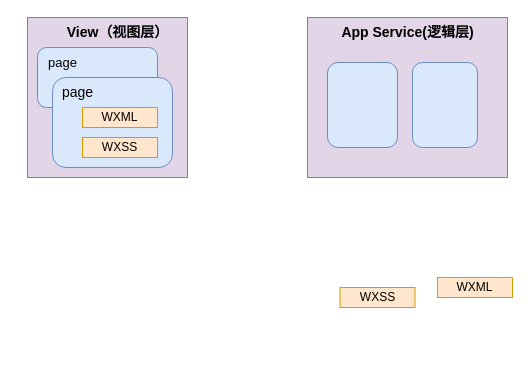
Above: MINA框架.drawio in ov0-0vo/1 (draw.io), before the change. Source tidied: cells renumbered, new cells numbered last; positions are measured from the earlier drawing's top-left corner, leaving out a move shared by most shapes. Both pictures are drawn from the tidied source at 100%, with x=0, y=0 at pixel (27, 17).
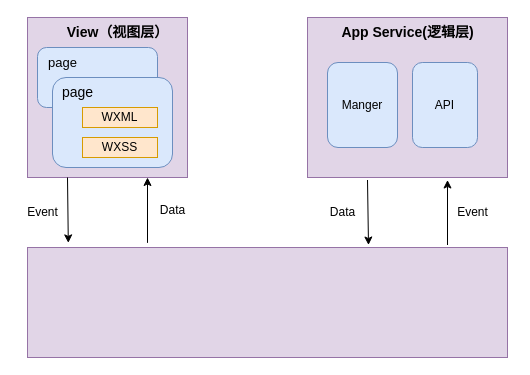
The same diagram, later.

Unchanged cells that the change refers to:
```xml
<mxCell id="2" style="whiteSpace=wrap;html=1;align=left;fillColor=#e1d5e7;strokeColor=#9673a6;" parent="1" vertex="1">
  <mxGeometry width="160" height="160" as="geometry" />
</mxCell>
```

Diff of the diagram source:
```diff
@@
-    <mxCell id="12" style="rounded=1;whiteSpace=wrap;html=1;fillColor=#dae8fc;strokeColor=#6c8ebf;" parent="1" vertex="1">
+    <mxCell id="12" value="Manger" style="rounded=1;whiteSpace=wrap;html=1;fillColor=#dae8fc;strokeColor=#6c8ebf;" parent="1" vertex="1">
       <mxGeometry x="300" y="45" width="70" height="85" as="geometry" />
     </mxCell>
-    <mxCell id="13" style="rounded=1;whiteSpace=wrap;html=1;fillColor=#dae8fc;strokeColor=#6c8ebf;" parent="1" vertex="1">
+    <mxCell id="13" value="API" style="rounded=1;whiteSpace=wrap;html=1;fillColor=#dae8fc;strokeColor=#6c8ebf;" parent="1" vertex="1">
       <mxGeometry x="385" y="45" width="65" height="85" as="geometry" />
     </mxCell>
-    <mxCell id="14" value="WXML" style="whiteSpace=wrap;html=1;fillColor=#ffe6cc;strokeColor=#d79b00;" parent="1" vertex="1">
-      <mxGeometry x="410" y="260" width="75" height="20" as="geometry" />
-    </mxCell>
-    <mxCell id="15" value="WXSS" style="whiteSpace=wrap;html=1;fillColor=#ffe6cc;strokeColor=#d79b00;" parent="1" vertex="1">
-      <mxGeometry x="312.5" y="270" width="75" height="20" as="geometry" />
-    </mxCell>
+    <mxCell id="16" style="whiteSpace=wrap;html=1;align=left;fillColor=#e1d5e7;strokeColor=#9673a6;" parent="1" vertex="1">
+      <mxGeometry y="230" width="480" height="110" as="geometry" />
+    </mxCell>
+    <mxCell id="17" style="endArrow=classic;html=1;rounded=0;entryX=0.085;entryY=-0.042;entryDx=0;entryDy=0;entryPerimeter=0;" parent="1" edge="1" target="16">
+      <mxGeometry relative="1" as="geometry">
+        <mxPoint x="40" y="160" as="sourcePoint" />
+      </mxGeometry>
+    </mxCell>
+    <mxCell id="18" value="Event" style="text;html=1;align=center;verticalAlign=middle;strokeColor=none;fillColor=none;" parent="1" vertex="1">
+      <mxGeometry x="-10" y="180" width="50" height="30" as="geometry" />
+    </mxCell>
+    <mxCell id="19" style="endArrow=classic;html=1;rounded=0;entryX=0.75;entryY=1;entryDx=0;entryDy=0;exitX=0.25;exitY=-0.042;exitDx=0;exitDy=0;exitPerimeter=0;" parent="1" edge="1" source="16" target="2">
+      <mxGeometry relative="1" as="geometry" />
+    </mxCell>
+    <mxCell id="20" value="Data" style="text;html=1;align=center;verticalAlign=middle;strokeColor=none;fillColor=none;" parent="1" vertex="1">
+      <mxGeometry x="120" y="178" width="50" height="30" as="geometry" />
+    </mxCell>
+    <mxCell id="21" style="endArrow=classic;html=1;rounded=0;entryX=0.085;entryY=-0.042;entryDx=0;entryDy=0;entryPerimeter=0;" parent="1" edge="1">
+      <mxGeometry relative="1" as="geometry">
+        <mxPoint x="340" y="162.5" as="sourcePoint" />
+        <mxPoint x="341" y="227.5" as="targetPoint" />
+      </mxGeometry>
+    </mxCell>
+    <mxCell id="22" value="Event" style="text;html=1;align=center;verticalAlign=middle;strokeColor=none;fillColor=none;" parent="1" vertex="1">
+      <mxGeometry x="420" y="180" width="50" height="30" as="geometry" />
+    </mxCell>
+    <mxCell id="23" style="endArrow=classic;html=1;rounded=0;entryX=0.75;entryY=1;entryDx=0;entryDy=0;exitX=0.25;exitY=-0.042;exitDx=0;exitDy=0;exitPerimeter=0;" parent="1" edge="1">
+      <mxGeometry relative="1" as="geometry">
+        <mxPoint x="420" y="227.5" as="sourcePoint" />
+        <mxPoint x="420" y="162.5" as="targetPoint" />
+      </mxGeometry>
+    </mxCell>
+    <mxCell id="24" value="Data" style="text;html=1;align=center;verticalAlign=middle;strokeColor=none;fillColor=none;" parent="1" vertex="1">
+      <mxGeometry x="290" y="180" width="50" height="30" as="geometry" />
+    </mxCell>
```
